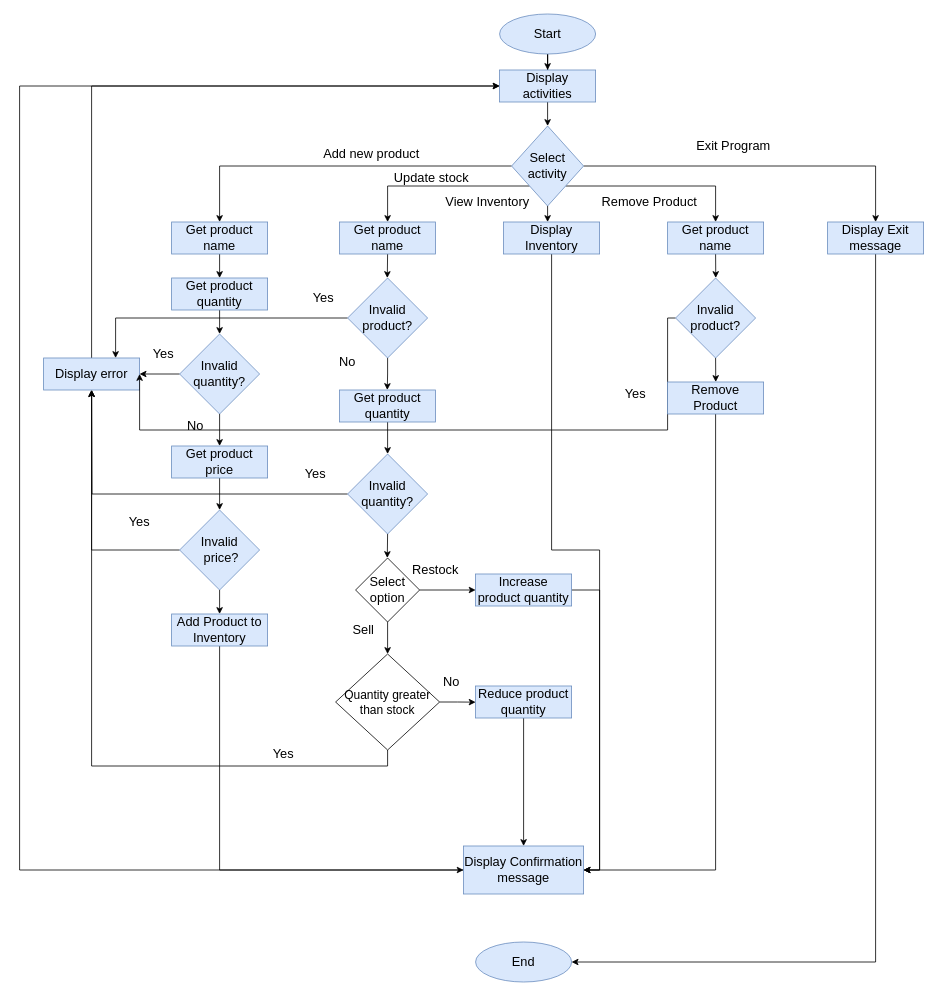
This is Microsoft Full stack course/1. Foundations of coding full stack/6. Project Development/Inventory management system/Project requirements and objectives/flowchart.drawio from milushev91/Microsoft-Full-Stack-Course, a draw.io file, before an edit. Source tidied: cells renumbered, new cells numbered last; positions are measured from the earlier drawing's top-left corner, leaving out a move shared by most shapes. Both pictures are drawn from the tidied source at 80%, with x=0, y=0 at pixel (19, 14).
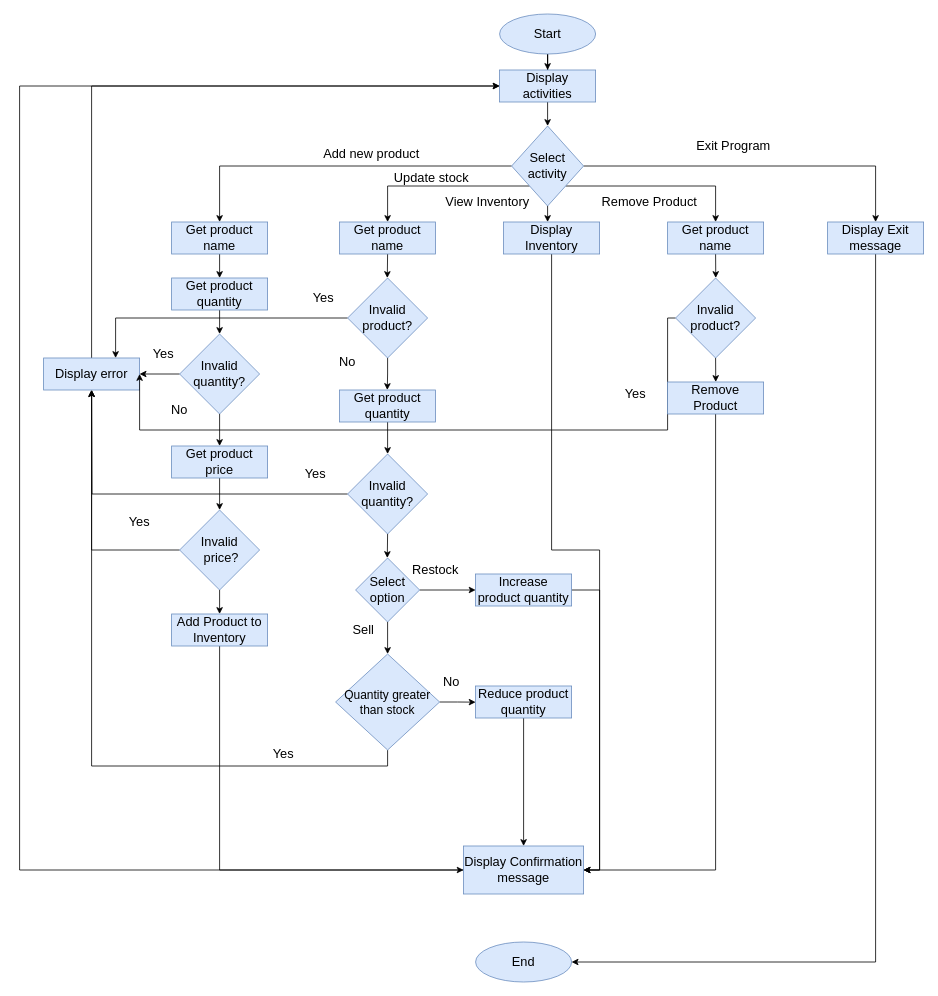
Above is the later version.

What changed in the source:
```diff
@@
     <mxCell id="25" value="No" style="text;html=1;whiteSpace=wrap;strokeColor=none;fillColor=none;align=center;verticalAlign=middle;rounded=0;fontSize=16;" parent="1" vertex="1">
-      <mxGeometry x="190" y="500" width="60" height="30" as="geometry" />
+      <mxGeometry x="170" y="480" width="60" height="30" as="geometry" />
     </mxCell>
@@
-    <mxCell id="59" value="Select option" style="rhombus;whiteSpace=wrap;html=1;fontSize=16;" parent="1" vertex="1">
+    <mxCell id="59" value="Select option" style="rhombus;whiteSpace=wrap;html=1;fontSize=16;fillColor=#dae8fc;strokeColor=#6c8ebf;" parent="1" vertex="1">
       <mxGeometry x="420" y="680" width="80" height="80" as="geometry" />
     </mxCell>
@@
-    <mxCell id="63" value="Quantity greater than stock" style="rhombus;whiteSpace=wrap;html=1;fontSize=15;" parent="1" vertex="1">
+    <mxCell id="63" value="Quantity greater than stock" style="rhombus;whiteSpace=wrap;html=1;fontSize=15;fillColor=#dae8fc;strokeColor=#6c8ebf;" parent="1" vertex="1">
       <mxGeometry x="395" y="800" width="130" height="120" as="geometry" />
     </mxCell>
```
